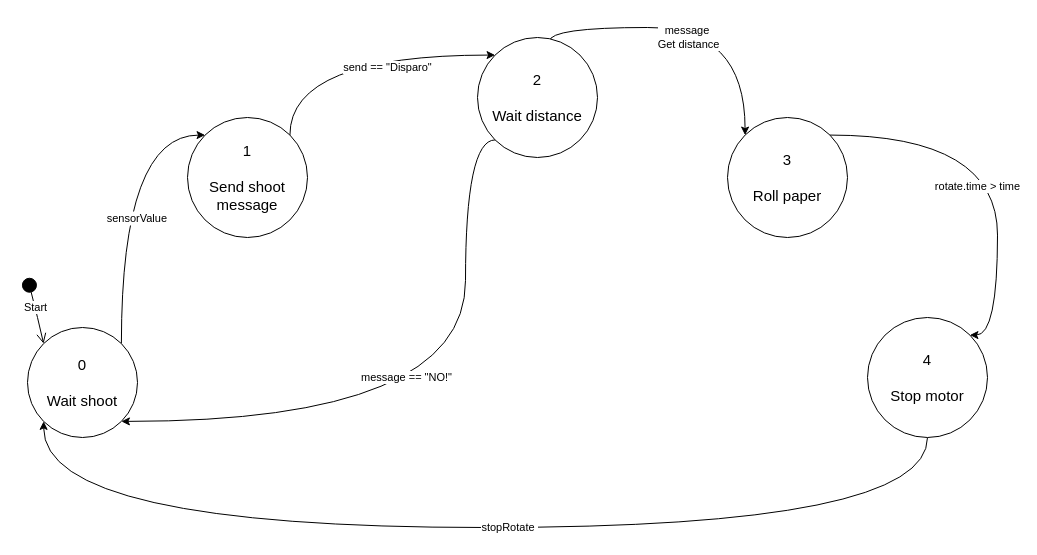
xBogas/ES-SACA keeps this draw.io diagram as ESP/Detecao_disparo_teste/esp_fsm.drawio. Above is the earlier version. Source tidied: cells renumbered, new cells numbered last; positions are measured from the earlier drawing's top-left corner, leaving out a move shared by most shapes. Both pictures are drawn from the tidied source at 100%, with x=0, y=0 at pixel (27, 27).
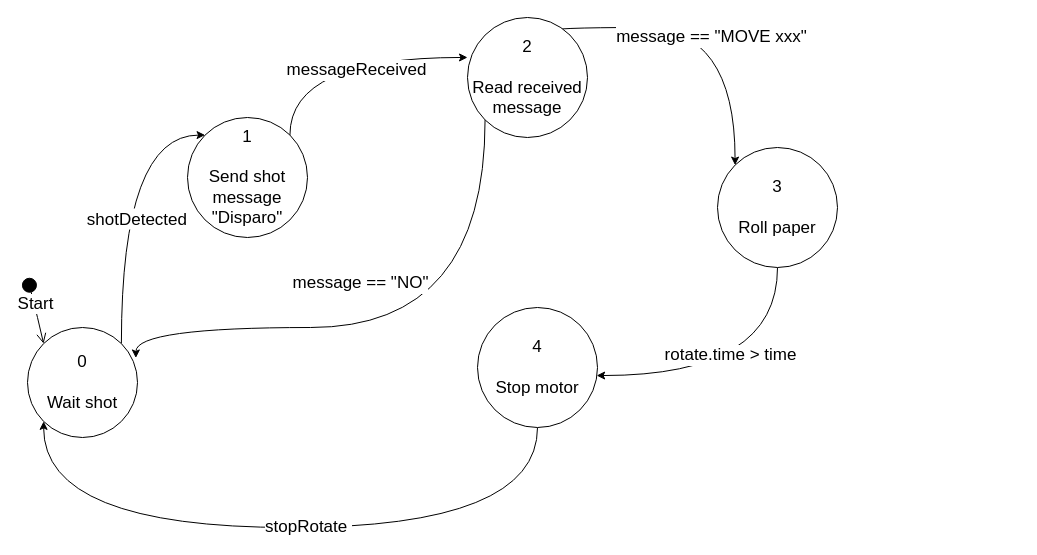
After the change.

Commit message:
Updated state machine drawio

Diff of the diagram source:
```diff
@@
-    <mxCell id="2" value="sensorValue" style="edgeStyle=orthogonalEdgeStyle;rounded=0;jettySize=auto;exitX=1;exitY=0;exitDx=0;exitDy=0;entryX=0;entryY=0;entryDx=0;entryDy=0;curved=1;" parent="1" edge="1" source="3" target="5">
+    <mxCell id="2" value="shotDetected" style="edgeStyle=orthogonalEdgeStyle;rounded=0;jettySize=auto;exitX=1;exitY=0;exitDx=0;exitDy=0;entryX=0;entryY=0;entryDx=0;entryDy=0;curved=1;fontSize=17;" parent="1" edge="1" source="3" target="5">
       <mxGeometry x="-0.14" y="-16" relative="1" as="geometry">
         <Array as="points">
           <mxPoint x="94" y="108" />
         </Array>
       </mxGeometry>
     </mxCell>
-    <mxCell id="3" value="&lt;font style=&quot;font-size: 15px;&quot;&gt;0&lt;br&gt;&lt;br&gt;Wait shoot&lt;br&gt;&lt;/font&gt;" style="ellipse;whiteSpace=wrap;html=1;" parent="1" vertex="1">
+    <mxCell id="3" value="&lt;font style=&quot;font-size: 17px;&quot;&gt;0&lt;br&gt;&lt;br&gt;Wait shot&lt;br&gt;&lt;/font&gt;" style="ellipse;whiteSpace=wrap;html=1;" parent="1" vertex="1">
       <mxGeometry y="300" width="110" height="110" as="geometry" />
     </mxCell>
-    <mxCell id="4" value="send == &quot;Disparo&quot;" style="edgeStyle=orthogonalEdgeStyle;rounded=0;jettySize=auto;html=1;exitX=1;exitY=0;exitDx=0;exitDy=0;entryX=0;entryY=0;entryDx=0;entryDy=0;curved=1;" parent="1" edge="1" source="5" target="8">
-      <mxGeometry x="0.25" y="-12" relative="1" as="geometry">
+    <mxCell id="4" style="edgeStyle=orthogonalEdgeStyle;jettySize=auto;html=1;exitX=1;exitY=0;exitDx=0;exitDy=0;curved=1;entryX=0;entryY=0.333;entryDx=0;entryDy=0;entryPerimeter=0;" parent="1" edge="1" source="5" target="8">
+      <mxGeometry relative="1" as="geometry">
         <Array as="points">
-          <mxPoint x="262" y="28" />
+          <mxPoint x="262" y="30" />
         </Array>
       </mxGeometry>
     </mxCell>
+    <mxCell id="14" value="&lt;font style=&quot;font-size: 17px;&quot;&gt;messageReceived&lt;/font&gt;" style="edgeLabel;html=1;align=center;verticalAlign=middle;" parent="4" vertex="1">
+      <mxGeometry x="0.13" y="-13" relative="1" as="geometry" />
+    </mxCell>
-    <mxCell id="5" value="&lt;font style=&quot;font-size: 15px;&quot;&gt;1&lt;br&gt;&lt;br&gt;Send shoot message&lt;br&gt;&lt;/font&gt;" style="ellipse;whiteSpace=wrap;html=1;" parent="1" vertex="1">
+    <mxCell id="5" value="&lt;font style=&quot;font-size: 17px;&quot;&gt;1&lt;br&gt;&lt;br&gt;&lt;/font&gt;&lt;div style=&quot;font-size: 17px;&quot;&gt;&lt;font style=&quot;font-size: 17px;&quot;&gt;Send shot message&lt;br&gt;&lt;/font&gt;&lt;/div&gt;&lt;div style=&quot;font-size: 17px;&quot;&gt;&lt;font style=&quot;font-size: 17px;&quot;&gt;&quot;Disparo&quot;&lt;br&gt;&lt;/font&gt;&lt;/div&gt;" style="ellipse;whiteSpace=wrap;html=1;strokeWidth=1;" parent="1" vertex="1">
       <mxGeometry x="160" y="90" width="120" height="120" as="geometry" />
     </mxCell>
-    <mxCell id="6" value="message&amp;nbsp;&lt;br&gt;Get distance" style="edgeStyle=orthogonalEdgeStyle;rounded=0;jettySize=auto;html=1;exitX=1;exitY=0;exitDx=0;exitDy=0;entryX=0;entryY=0;entryDx=0;entryDy=0;curved=1;" parent="1" edge="1" source="8" target="10">
+    <mxCell id="6" value="&lt;font style=&quot;font-size: 17px;&quot;&gt;message == &quot;MOVE xxx&quot;&lt;/font&gt;" style="edgeStyle=orthogonalEdgeStyle;rounded=0;jettySize=auto;html=1;exitX=1;exitY=0;exitDx=0;exitDy=0;entryX=0;entryY=0;entryDx=0;entryDy=0;curved=1;" parent="1" edge="1" source="8" target="10">
       <mxGeometry x="0.09" y="-10" relative="1" as="geometry">
         <Array as="points">
-          <mxPoint x="522" />
-          <mxPoint x="718" />
+          <mxPoint x="520" y="8" />
+          <mxPoint x="520" />
+          <mxPoint x="708" />
         </Array>
       </mxGeometry>
     </mxCell>
-    <mxCell id="7" value="message == &quot;NO!&quot;" style="edgeStyle=orthogonalEdgeStyle;rounded=0;jettySize=auto;html=1;exitX=0;exitY=1;exitDx=0;exitDy=0;entryX=1;entryY=1;entryDx=0;entryDy=0;curved=1;" parent="1" edge="1" source="8" target="3">
+    <mxCell id="7" value="&lt;font style=&quot;font-size: 17px;&quot;&gt;message == &quot;NO&quot;&lt;/font&gt;" style="edgeStyle=orthogonalEdgeStyle;rounded=0;jettySize=auto;html=1;exitX=0;exitY=1;exitDx=0;exitDy=0;entryX=0.985;entryY=0.277;entryDx=0;entryDy=0;curved=1;entryPerimeter=0;" parent="1" edge="1" source="8" target="3">
       <mxGeometry x="0.13" y="-44" relative="1" as="geometry">
         <Array as="points">
-          <mxPoint x="438" y="394" />
+          <mxPoint x="458" y="300" />
+          <mxPoint x="108" y="300" />
         </Array>
       </mxGeometry>
     </mxCell>
-    <mxCell id="8" value="&lt;font style=&quot;font-size: 15px;&quot;&gt;2&lt;br&gt;&lt;br&gt;Wait distance&lt;br&gt;&lt;/font&gt;" style="ellipse;whiteSpace=wrap;html=1;" parent="1" vertex="1">
-      <mxGeometry x="450" y="10" width="120" height="120" as="geometry" />
+    <mxCell id="8" value="&lt;font style=&quot;font-size: 17px;&quot;&gt;2&lt;br&gt;&lt;br&gt;Read received message&lt;br&gt;&lt;/font&gt;" style="ellipse;whiteSpace=wrap;html=1;" parent="1" vertex="1">
+      <mxGeometry x="440" y="-10" width="120" height="120" as="geometry" />
     </mxCell>
+    <mxCell id="15" style="edgeStyle=orthogonalEdgeStyle;jettySize=auto;html=1;exitX=0.5;exitY=1;exitDx=0;exitDy=0;entryX=0.993;entryY=0.567;entryDx=0;entryDy=0;entryPerimeter=0;curved=1;" parent="1" edge="1" source="10" target="12">
+      <mxGeometry relative="1" as="geometry" />
+    </mxCell>
-    <mxCell id="9" value="rotate.time &amp;gt; time" style="edgeStyle=orthogonalEdgeStyle;rounded=0;jettySize=auto;html=1;exitX=1;exitY=0;exitDx=0;exitDy=0;entryX=1;entryY=0;entryDx=0;entryDy=0;curved=1;" parent="1" edge="1" source="10" target="12">
-      <mxGeometry x="0.11" y="-20" relative="1" as="geometry">
-        <Array as="points">
-          <mxPoint x="970" y="108" />
-          <mxPoint x="970" y="308" />
-        </Array>
-      </mxGeometry>
+    <mxCell id="9" value="&lt;font style=&quot;font-size: 17px;&quot;&gt;rotate.time &amp;gt; time&lt;/font&gt;" style="edgeLabel;html=1;align=center;verticalAlign=middle;" parent="15" vertex="1">
+      <mxGeometry x="0.07" y="-21" relative="1" as="geometry" />
     </mxCell>
-    <mxCell id="10" value="&lt;font style=&quot;font-size: 15px;&quot;&gt;3&lt;br&gt;&lt;br&gt;Roll paper&lt;br&gt;&lt;/font&gt;" style="ellipse;whiteSpace=wrap;html=1;" parent="1" vertex="1">
-      <mxGeometry x="700" y="90" width="120" height="120" as="geometry" />
+    <mxCell id="10" value="&lt;font style=&quot;font-size: 17px;&quot;&gt;3&lt;br&gt;&lt;br&gt;Roll paper&lt;br&gt;&lt;/font&gt;" style="ellipse;whiteSpace=wrap;html=1;" parent="1" vertex="1">
+      <mxGeometry x="690" y="120" width="120" height="120" as="geometry" />
     </mxCell>
-    <mxCell id="11" value="stopRotate&amp;nbsp;" style="edgeStyle=orthogonalEdgeStyle;rounded=0;jettySize=auto;html=1;exitX=0.5;exitY=1;exitDx=0;exitDy=0;entryX=0;entryY=1;entryDx=0;entryDy=0;curved=1;" parent="1" edge="1" source="12" target="3">
+    <mxCell id="11" value="&lt;font style=&quot;font-size: 17px;&quot;&gt;stopRotate&amp;nbsp;&lt;/font&gt;" style="edgeStyle=orthogonalEdgeStyle;rounded=0;jettySize=auto;html=1;exitX=0.5;exitY=1;exitDx=0;exitDy=0;entryX=0;entryY=1;entryDx=0;entryDy=0;curved=1;" parent="1" edge="1" source="12" target="3">
       <mxGeometry x="-0.06" relative="1" as="geometry">
         <Array as="points">
-          <mxPoint x="900" y="500" />
+          <mxPoint x="510" y="500" />
           <mxPoint x="16" y="500" />
         </Array>
       </mxGeometry>
     </mxCell>
-    <mxCell id="12" value="&lt;font style=&quot;font-size: 15px;&quot;&gt;4&lt;br&gt;&lt;br&gt;Stop motor&lt;br&gt;&lt;/font&gt;" style="ellipse;whiteSpace=wrap;html=1;" parent="1" vertex="1">
-      <mxGeometry x="840" y="290" width="120" height="120" as="geometry" />
+    <mxCell id="12" value="&lt;font style=&quot;font-size: 17px;&quot;&gt;4&lt;br&gt;&lt;br&gt;Stop motor&lt;br&gt;&lt;/font&gt;" style="ellipse;whiteSpace=wrap;html=1;" parent="1" vertex="1">
+      <mxGeometry x="450" y="280" width="120" height="120" as="geometry" />
     </mxCell>
-    <mxCell id="13" value="Start" style="html=1;verticalAlign=bottom;startArrow=circle;startFill=1;endArrow=open;startSize=6;endSize=8;elbow=vertical;rounded=0;entryX=0;entryY=0;entryDx=0;entryDy=0;" parent="1" edge="1" target="3">
+    <mxCell id="13" value="&lt;font style=&quot;font-size: 17px;&quot;&gt;Start&lt;/font&gt;" style="html=1;verticalAlign=bottom;startArrow=circle;startFill=1;endArrow=open;startSize=6;endSize=8;elbow=vertical;rounded=0;entryX=0;entryY=0;entryDx=0;entryDy=0;" parent="1" edge="1" target="3">
       <mxGeometry x="0.19" y="-2" relative="1" as="geometry">
         <mxPoint y="250" as="sourcePoint" />
         <Array as="points">
           <mxPoint x="10" y="290" />
         </Array>
       </mxGeometry>
     </mxCell>
```
